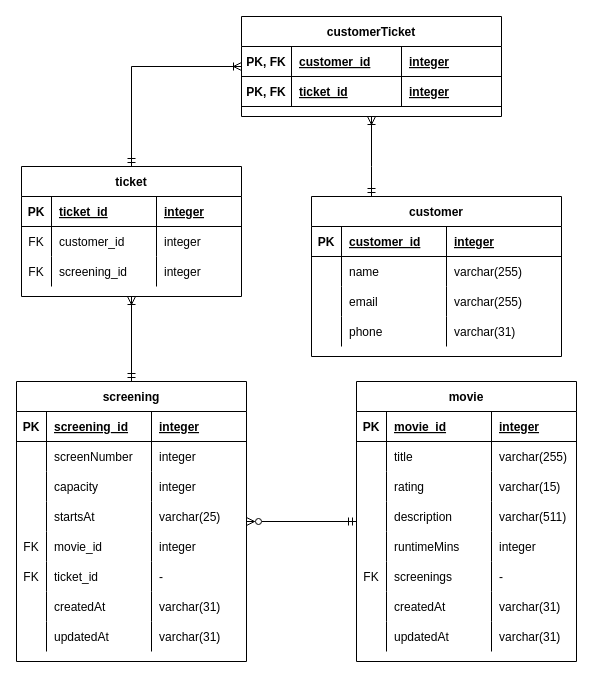
The draw.io diagram api-cinema-challenge/documentation/Cinema_challenge_ERD.drawio in boolean-uk/csharp-api-cinema-challenge, before the edit. Source tidied: cells renumbered, new cells numbered last; positions are measured from the earlier drawing's top-left corner, leaving out a move shared by most shapes. Both pictures are drawn from the tidied source at 100%, with x=0, y=0 at pixel (16, 16).
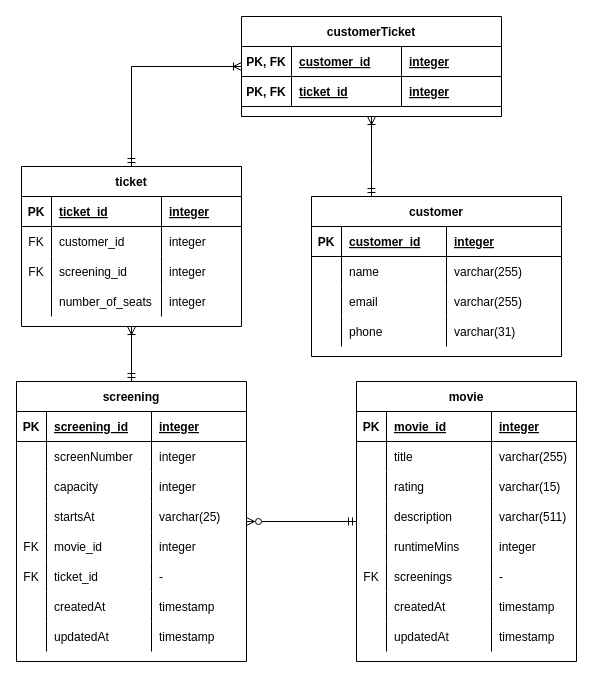
The same page after the edit.

The change refers to these unchanged cells:
```xml
<mxCell id="3" style="shape=partialRectangle;fillColor=none;top=0;left=0;right=0;bottom=1;" parent="2" vertex="1">
  <mxGeometry y="30" width="220" height="30" as="geometry" />
</mxCell>
<mxCell id="7" style="shape=partialRectangle;fillColor=none;top=0;left=0;right=0;bottom=0;" parent="2" vertex="1">
  <mxGeometry y="60" width="220" height="30" as="geometry" />
</mxCell>
<mxCell id="11" style="shape=partialRectangle;fillColor=none;top=0;left=0;right=0;bottom=0;" parent="2" vertex="1">
  <mxGeometry y="90" width="220" height="30" as="geometry" />
</mxCell>
<mxCell id="41" style="shape=partialRectangle;fillColor=none;top=0;left=0;right=0;bottom=0;" parent="16" vertex="1">
  <mxGeometry y="210" width="230" height="30" as="geometry" />
</mxCell>
<mxCell id="45" style="shape=partialRectangle;fillColor=none;top=0;left=0;right=0;bottom=0;" parent="16" vertex="1">
  <mxGeometry y="240" width="230" height="30" as="geometry" />
</mxCell>
<mxCell id="74" style="shape=partialRectangle;fillColor=none;top=0;left=0;right=0;bottom=0;" parent="49" vertex="1">
  <mxGeometry y="210" width="220" height="30" as="geometry" />
</mxCell>
<mxCell id="78" style="shape=partialRectangle;fillColor=none;top=0;left=0;right=0;bottom=0;" parent="49" vertex="1">
  <mxGeometry y="240" width="220" height="30" as="geometry" />
</mxCell>
```

What changed in the source:
```diff
@@
     <mxCell id="2" value="ticket" style="shape=table;startSize=30;childLayout=tableLayout;rowLines=0;fontStyle=1;align=center;" parent="1" vertex="1">
-      <mxGeometry x="5" y="150" width="220" height="130" as="geometry" />
+      <mxGeometry x="5" y="150" width="220" height="160" as="geometry" />
     </mxCell>
@@
     <mxCell id="5" value="ticket_id" style="shape=partialRectangle;overflow=hidden;fillColor=none;top=0;left=0;bottom=0;right=0;align=left;spacingLeft=6;fontStyle=5;" parent="3" vertex="1">
-      <mxGeometry x="30" width="105" height="30" as="geometry" />
+      <mxGeometry x="30" width="110" height="30" as="geometry" />
     </mxCell>
     <mxCell id="6" value="integer" style="shape=partialRectangle;overflow=hidden;fillColor=none;top=0;left=0;bottom=0;right=0;align=left;spacingLeft=6;fontStyle=5;" parent="3" vertex="1">
-      <mxGeometry x="135" width="85" height="30" as="geometry" />
+      <mxGeometry x="140" width="80" height="30" as="geometry" />
     </mxCell>
@@
     <mxCell id="9" value="customer_id" style="shape=partialRectangle;overflow=hidden;fillColor=none;top=0;left=0;bottom=0;right=0;align=left;spacingLeft=6;" parent="7" vertex="1">
-      <mxGeometry x="30" width="105" height="30" as="geometry" />
+      <mxGeometry x="30" width="110" height="30" as="geometry" />
     </mxCell>
     <mxCell id="10" value="integer" style="shape=partialRectangle;overflow=hidden;fillColor=none;top=0;left=0;bottom=0;right=0;align=left;spacingLeft=6;" parent="7" vertex="1">
-      <mxGeometry x="135" width="85" height="30" as="geometry" />
+      <mxGeometry x="140" width="80" height="30" as="geometry" />
     </mxCell>
@@
     <mxCell id="13" value="screening_id" style="shape=partialRectangle;overflow=hidden;fillColor=none;top=0;left=0;bottom=0;right=0;align=left;spacingLeft=6;" parent="11" vertex="1">
-      <mxGeometry x="30" width="105" height="30" as="geometry" />
+      <mxGeometry x="30" width="110" height="30" as="geometry" />
     </mxCell>
     <mxCell id="14" value="integer" style="shape=partialRectangle;overflow=hidden;fillColor=none;top=0;left=0;bottom=0;right=0;align=left;spacingLeft=6;" parent="11" vertex="1">
-      <mxGeometry x="135" width="85" height="30" as="geometry" />
+      <mxGeometry x="140" width="80" height="30" as="geometry" />
     </mxCell>
+    <mxCell id="111" style="shape=partialRectangle;fillColor=none;top=0;left=0;right=0;bottom=0;" parent="2" vertex="1">
+      <mxGeometry y="120" width="220" height="30" as="geometry" />
+    </mxCell>
+    <mxCell id="112" style="shape=partialRectangle;overflow=hidden;fillColor=none;top=0;left=0;bottom=0;right=0;" parent="111" vertex="1">
+      <mxGeometry width="30" height="30" as="geometry" />
+    </mxCell>
+    <mxCell id="113" value="number_of_seats" style="shape=partialRectangle;overflow=hidden;fillColor=none;top=0;left=0;bottom=0;right=0;align=left;spacingLeft=6;" parent="111" vertex="1">
+      <mxGeometry x="30" width="110" height="30" as="geometry" />
+    </mxCell>
+    <mxCell id="114" value="integer" style="shape=partialRectangle;overflow=hidden;fillColor=none;top=0;left=0;bottom=0;right=0;align=left;spacingLeft=6;" parent="111" vertex="1">
+      <mxGeometry x="140" width="80" height="30" as="geometry" />
+    </mxCell>
@@
-    <mxCell id="44" value="varchar(31)" style="shape=partialRectangle;overflow=hidden;fillColor=none;top=0;left=0;bottom=0;right=0;align=left;spacingLeft=6;" parent="41" vertex="1">
+    <mxCell id="44" value="timestamp " style="shape=partialRectangle;overflow=hidden;fillColor=none;top=0;left=0;bottom=0;right=0;align=left;spacingLeft=6;" parent="41" vertex="1">
       <mxGeometry x="135" width="95" height="30" as="geometry" />
     </mxCell>
@@
-    <mxCell id="48" value="varchar(31)" style="shape=partialRectangle;overflow=hidden;fillColor=none;top=0;left=0;bottom=0;right=0;align=left;spacingLeft=6;" parent="45" vertex="1">
+    <mxCell id="48" value="timestamp " style="shape=partialRectangle;overflow=hidden;fillColor=none;top=0;left=0;bottom=0;right=0;align=left;spacingLeft=6;" parent="45" vertex="1">
       <mxGeometry x="135" width="95" height="30" as="geometry" />
     </mxCell>
@@
-    <mxCell id="77" value="varchar(31)" style="shape=partialRectangle;overflow=hidden;fillColor=none;top=0;left=0;bottom=0;right=0;align=left;spacingLeft=6;" parent="74" vertex="1">
+    <mxCell id="77" value="timestamp " style="shape=partialRectangle;overflow=hidden;fillColor=none;top=0;left=0;bottom=0;right=0;align=left;spacingLeft=6;" parent="74" vertex="1">
       <mxGeometry x="135" width="85" height="30" as="geometry" />
     </mxCell>
@@
-    <mxCell id="81" value="varchar(31)" style="shape=partialRectangle;overflow=hidden;fillColor=none;top=0;left=0;bottom=0;right=0;align=left;spacingLeft=6;" parent="78" vertex="1">
+    <mxCell id="81" value="timestamp " style="shape=partialRectangle;overflow=hidden;fillColor=none;top=0;left=0;bottom=0;right=0;align=left;spacingLeft=6;" parent="78" vertex="1">
       <mxGeometry x="135" width="85" height="30" as="geometry" />
     </mxCell>
```
